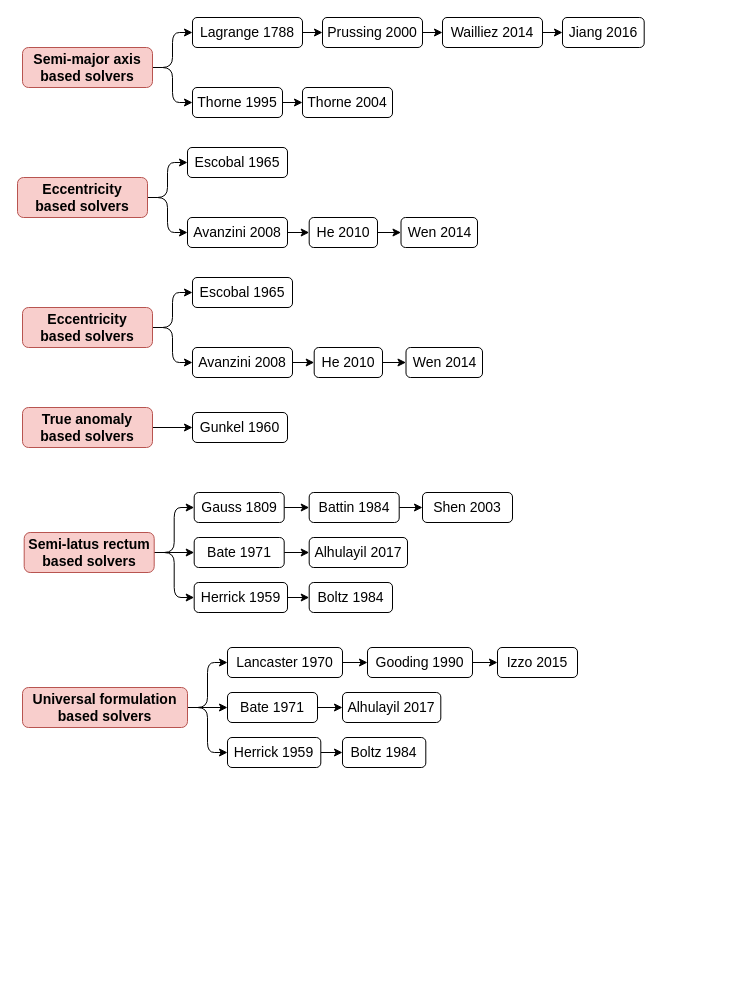
Earlier version of the draw.io diagram page "Inheritance tree" (2 of 2) of fig/static/diagrams.drawio (jorgepiloto/tfm). Source tidied: cells renumbered, new cells numbered last; positions are measured from the earlier drawing's top-left corner, leaving out a move shared by most shapes. Both pictures are drawn from the tidied source at 100%, with x=0, y=0 at pixel (17, 17).
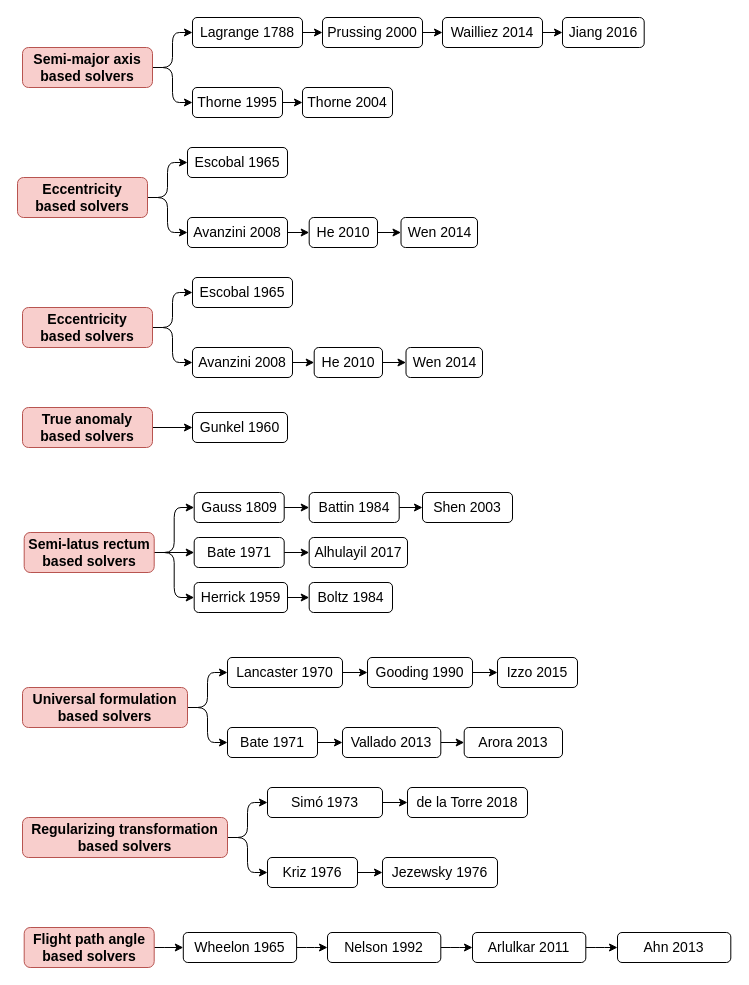
The same page after the edit.

Commit message (it also covers changes not shown here):
Selected solvers section

Unchanged cells that the change refers to:
```xml
<mxCell id="54" value="&lt;div&gt;Universal formulation&lt;br&gt;&lt;/div&gt;&lt;div&gt;based solvers&lt;br&gt;&lt;/div&gt;" style="whiteSpace=wrap;html=1;fontSize=14;glass=0;strokeWidth=1;shadow=0;fillColor=#f8cecc;strokeColor=#b85450;fontStyle=1;rounded=1;" parent="1" vertex="1">
  <mxGeometry x="5" y="670" width="165" height="40" as="geometry" />
</mxCell>
```

The edit, as a diff of the source:
```diff
@@
-    <mxCell id="52" style="edgeStyle=orthogonalEdgeStyle;rounded=1;jettySize=auto;html=1;entryX=0;entryY=0.5;entryDx=0;entryDy=0;fontSize=14;" parent="1" edge="1" source="54" target="58">
-      <mxGeometry relative="1" as="geometry" />
-    </mxCell>
@@
     <mxCell id="56" value="Bate 1971" style="whiteSpace=wrap;html=1;fontSize=14;glass=0;strokeWidth=1;shadow=0;rounded=1;" parent="1" vertex="1">
-      <mxGeometry x="210" y="675" width="90" height="30" as="geometry" />
+      <mxGeometry x="210" y="710" width="90" height="30" as="geometry" />
     </mxCell>
-    <mxCell id="57" style="edgeStyle=orthogonalEdgeStyle;rounded=1;jettySize=auto;html=1;fontSize=14;" parent="1" edge="1" source="58" target="59">
-      <mxGeometry relative="1" as="geometry" />
-    </mxCell>
-    <mxCell id="58" value="Herrick 1959" style="whiteSpace=wrap;html=1;fontSize=14;glass=0;strokeWidth=1;shadow=0;rounded=1;" parent="1" vertex="1">
-      <mxGeometry x="210" y="720" width="93.3" height="30" as="geometry" />
-    </mxCell>
-    <mxCell id="59" value="Boltz 1984" style="whiteSpace=wrap;html=1;fontSize=14;glass=0;strokeWidth=1;shadow=0;rounded=1;" parent="1" vertex="1">
-      <mxGeometry x="325" y="720" width="83.3" height="30" as="geometry" />
-    </mxCell>
@@
     <mxCell id="61" value="Lancaster 1970" style="whiteSpace=wrap;html=1;fontSize=14;glass=0;strokeWidth=1;shadow=0;rounded=1;" parent="1" vertex="1">
-      <mxGeometry x="210" y="630" width="115" height="30" as="geometry" />
+      <mxGeometry x="210" y="640" width="115" height="30" as="geometry" />
     </mxCell>
@@
     <mxCell id="63" value="Gooding 1990" style="whiteSpace=wrap;html=1;fontSize=14;glass=0;strokeWidth=1;shadow=0;rounded=1;" parent="1" vertex="1">
-      <mxGeometry x="350" y="630" width="105" height="30" as="geometry" />
+      <mxGeometry x="350" y="640" width="105" height="30" as="geometry" />
     </mxCell>
     <mxCell id="64" value="Izzo 2015" style="whiteSpace=wrap;html=1;fontSize=14;glass=0;strokeWidth=1;shadow=0;rounded=1;" parent="1" vertex="1">
-      <mxGeometry x="480" y="630" width="80" height="30" as="geometry" />
+      <mxGeometry x="480" y="640" width="80" height="30" as="geometry" />
     </mxCell>
+    <mxCell id="66" style="edgeStyle=orthogonalEdgeStyle;rounded=1;jettySize=auto;html=1;entryX=0;entryY=0.5;entryDx=0;entryDy=0;fontSize=14;" parent="1" edge="1" source="65" target="67">
+      <mxGeometry relative="1" as="geometry" />
+    </mxCell>
-    <mxCell id="65" value="Alhulayil 2017" style="whiteSpace=wrap;html=1;fontSize=14;glass=0;strokeWidth=1;shadow=0;rounded=1;" parent="1" vertex="1">
-      <mxGeometry x="325" y="675" width="98.3" height="30" as="geometry" />
+    <mxCell id="65" value="Vallado 2013" style="whiteSpace=wrap;html=1;fontSize=14;glass=0;strokeWidth=1;shadow=0;rounded=1;" parent="1" vertex="1">
+      <mxGeometry x="325" y="710" width="98.3" height="30" as="geometry" />
     </mxCell>
+    <mxCell id="67" value="&lt;div&gt;Arora 2013&lt;/div&gt;" style="whiteSpace=wrap;html=1;fontSize=14;glass=0;strokeWidth=1;shadow=0;rounded=1;" parent="1" vertex="1">
+      <mxGeometry x="446.7" y="710" width="98.3" height="30" as="geometry" />
+    </mxCell>
+    <mxCell id="68" style="edgeStyle=orthogonalEdgeStyle;rounded=1;jettySize=auto;html=1;entryX=0;entryY=0.5;entryDx=0;entryDy=0;fontSize=14;" parent="1" edge="1" source="70" target="72">
+      <mxGeometry relative="1" as="geometry" />
+    </mxCell>
+    <mxCell id="69" style="edgeStyle=orthogonalEdgeStyle;rounded=1;jettySize=auto;html=1;entryX=0;entryY=0.5;entryDx=0;entryDy=0;fontSize=14;" parent="1" edge="1" source="70" target="74">
+      <mxGeometry relative="1" as="geometry" />
+    </mxCell>
+    <mxCell id="70" value="&lt;div&gt;Regularizing transformation&lt;br&gt;&lt;/div&gt;&lt;div&gt;based solvers&lt;br&gt;&lt;/div&gt;" style="whiteSpace=wrap;html=1;fontSize=14;glass=0;strokeWidth=1;shadow=0;fillColor=#f8cecc;strokeColor=#b85450;fontStyle=1;rounded=1;" parent="1" vertex="1">
+      <mxGeometry x="5" y="800" width="205" height="40" as="geometry" />
+    </mxCell>
+    <mxCell id="71" style="edgeStyle=orthogonalEdgeStyle;rounded=1;jettySize=auto;html=1;fontSize=14;" parent="1" edge="1" source="72" target="76">
+      <mxGeometry relative="1" as="geometry" />
+    </mxCell>
+    <mxCell id="72" value="Kriz 1976" style="whiteSpace=wrap;html=1;fontSize=14;glass=0;strokeWidth=1;shadow=0;rounded=1;" parent="1" vertex="1">
+      <mxGeometry x="250" y="840" width="90" height="30" as="geometry" />
+    </mxCell>
+    <mxCell id="73" style="edgeStyle=orthogonalEdgeStyle;rounded=1;jettySize=auto;html=1;entryX=0;entryY=0.5;entryDx=0;entryDy=0;fontSize=14;" parent="1" edge="1" source="74" target="75">
+      <mxGeometry relative="1" as="geometry" />
+    </mxCell>
+    <mxCell id="74" value="Simó 1973" style="whiteSpace=wrap;html=1;fontSize=14;glass=0;strokeWidth=1;shadow=0;rounded=1;" parent="1" vertex="1">
+      <mxGeometry x="250" y="770" width="115" height="30" as="geometry" />
+    </mxCell>
+    <mxCell id="75" value="de la Torre 2018" style="whiteSpace=wrap;html=1;fontSize=14;glass=0;strokeWidth=1;shadow=0;rounded=1;" parent="1" vertex="1">
+      <mxGeometry x="390" y="770" width="120" height="30" as="geometry" />
+    </mxCell>
+    <mxCell id="76" value="Jezewsky 1976" style="whiteSpace=wrap;html=1;fontSize=14;glass=0;strokeWidth=1;shadow=0;rounded=1;" parent="1" vertex="1">
+      <mxGeometry x="365" y="840" width="115" height="30" as="geometry" />
+    </mxCell>
+    <mxCell id="77" style="edgeStyle=orthogonalEdgeStyle;rounded=1;jettySize=auto;html=1;entryX=0;entryY=0.5;entryDx=0;entryDy=0;fontSize=14;" parent="1" edge="1" source="78" target="80">
+      <mxGeometry relative="1" as="geometry" />
+    </mxCell>
+    <mxCell id="78" value="&lt;div&gt;Flight path angle&lt;br&gt;&lt;/div&gt;&lt;div&gt;based solvers&lt;br&gt;&lt;/div&gt;" style="whiteSpace=wrap;html=1;fontSize=14;glass=0;strokeWidth=1;shadow=0;fillColor=#f8cecc;strokeColor=#b85450;fontStyle=1;rounded=1;" parent="1" vertex="1">
+      <mxGeometry x="6.7" y="910" width="130" height="40" as="geometry" />
+    </mxCell>
+    <mxCell id="79" style="edgeStyle=orthogonalEdgeStyle;rounded=1;jettySize=auto;html=1;entryX=0;entryY=0.5;entryDx=0;entryDy=0;fontSize=14;" parent="1" edge="1" source="80" target="82">
+      <mxGeometry relative="1" as="geometry" />
+    </mxCell>
+    <mxCell id="80" value="Wheelon 1965" style="whiteSpace=wrap;html=1;fontSize=14;glass=0;strokeWidth=1;shadow=0;rounded=1;" parent="1" vertex="1">
+      <mxGeometry x="165.8" y="915" width="113.3" height="30" as="geometry" />
+    </mxCell>
+    <mxCell id="81" style="edgeStyle=orthogonalEdgeStyle;rounded=1;jettySize=auto;html=1;entryX=0;entryY=0.5;entryDx=0;entryDy=0;fontSize=14;" parent="1" edge="1" source="82" target="84">
+      <mxGeometry relative="1" as="geometry" />
+    </mxCell>
+    <mxCell id="82" value="Nelson 1992" style="whiteSpace=wrap;html=1;fontSize=14;glass=0;strokeWidth=1;shadow=0;rounded=1;" parent="1" vertex="1">
+      <mxGeometry x="310" y="915" width="113.3" height="30" as="geometry" />
+    </mxCell>
+    <mxCell id="83" style="edgeStyle=orthogonalEdgeStyle;rounded=1;jettySize=auto;html=1;fontSize=14;" parent="1" edge="1" source="84" target="85">
+      <mxGeometry relative="1" as="geometry" />
+    </mxCell>
+    <mxCell id="84" value="Arlulkar 2011" style="whiteSpace=wrap;html=1;fontSize=14;glass=0;strokeWidth=1;shadow=0;rounded=1;" parent="1" vertex="1">
+      <mxGeometry x="455" y="915" width="113.3" height="30" as="geometry" />
+    </mxCell>
+    <mxCell id="85" value="Ahn 2013" style="whiteSpace=wrap;html=1;fontSize=14;glass=0;strokeWidth=1;shadow=0;rounded=1;" parent="1" vertex="1">
+      <mxGeometry x="600" y="915" width="113.3" height="30" as="geometry" />
+    </mxCell>
```
